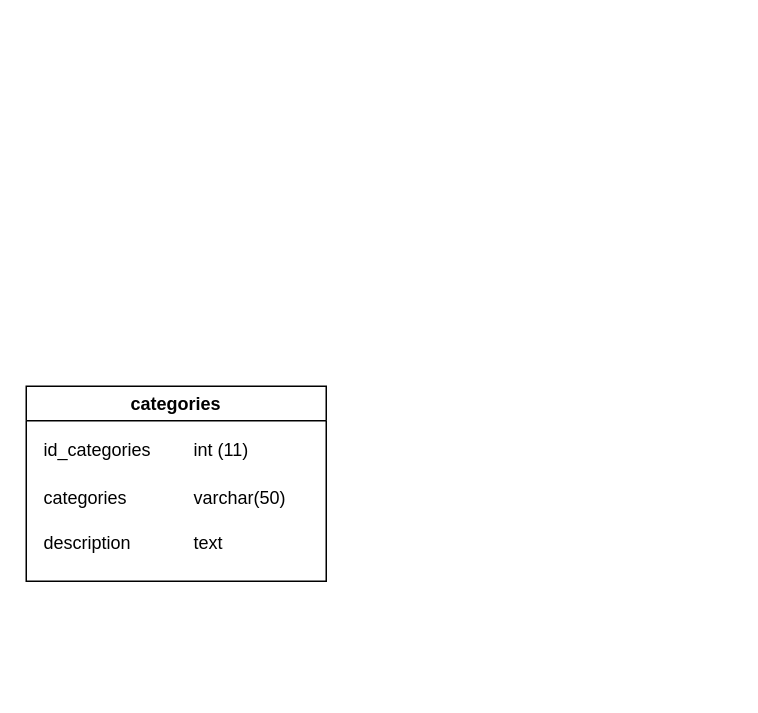
Earlier version of the draw.io diagram portefolio.drawio (bonheurKhmr/portefolio-backend). Source tidied: cells renumbered, new cells numbered last; positions are measured from the earlier drawing's top-left corner, leaving out a move shared by most shapes. Both pictures are drawn from the tidied source at 150%, with x=0, y=0 at pixel (26, 386).
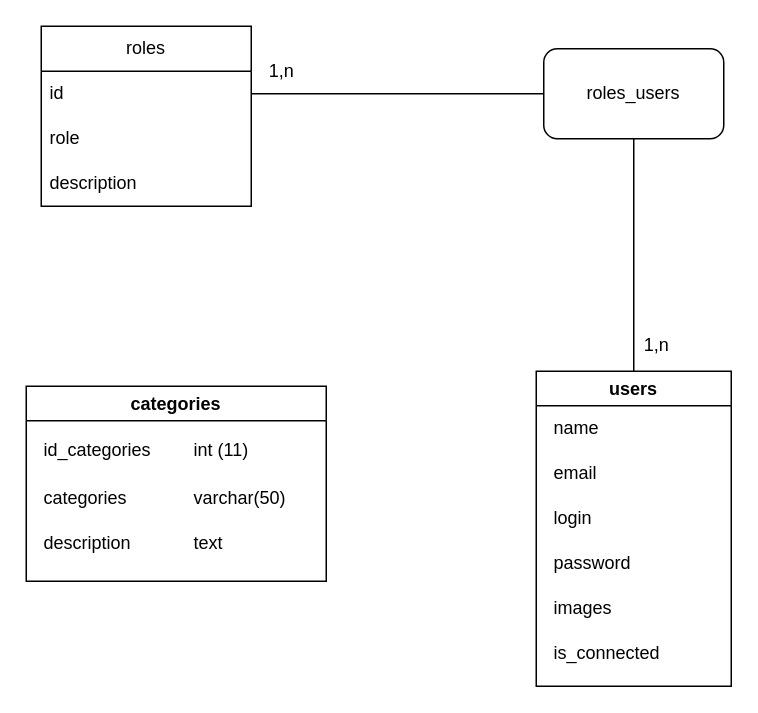
Above is the later version.

Change to the diagram source:
```diff
@@
+    <mxCell id="9" value="users" style="swimlane;whiteSpace=wrap;html=1;" parent="1" vertex="1">
+      <mxGeometry x="340" y="-10" width="130" height="210" as="geometry" />
+    </mxCell>
+    <mxCell id="10" value="name" style="text;html=1;align=left;verticalAlign=middle;strokeColor=none;fillColor=none;" parent="9" vertex="1">
+      <mxGeometry x="10" y="23" width="50" height="30" as="geometry" />
+    </mxCell>
+    <mxCell id="11" value="email" style="text;html=1;align=left;verticalAlign=middle;strokeColor=none;fillColor=none;" parent="9" vertex="1">
+      <mxGeometry x="10" y="53" width="50" height="30" as="geometry" />
+    </mxCell>
+    <mxCell id="12" value="login" style="text;html=1;align=left;verticalAlign=middle;strokeColor=none;fillColor=none;" parent="9" vertex="1">
+      <mxGeometry x="10" y="83" width="50" height="30" as="geometry" />
+    </mxCell>
+    <mxCell id="13" value="password" style="text;html=1;align=left;verticalAlign=middle;strokeColor=none;fillColor=none;" parent="9" vertex="1">
+      <mxGeometry x="10" y="113" width="70" height="30" as="geometry" />
+    </mxCell>
+    <mxCell id="14" value="images" style="text;html=1;align=left;verticalAlign=middle;strokeColor=none;fillColor=none;" parent="9" vertex="1">
+      <mxGeometry x="10" y="143" width="60" height="30" as="geometry" />
+    </mxCell>
+    <mxCell id="15" value="is_connected" style="text;html=1;align=left;verticalAlign=middle;strokeColor=none;fillColor=none;" parent="9" vertex="1">
+      <mxGeometry x="10" y="173" width="90" height="30" as="geometry" />
+    </mxCell>
+    <mxCell id="16" value="roles" style="swimlane;fontStyle=0;horizontal=1;startSize=30;whiteSpace=wrap;html=1;" parent="1" vertex="1">
+      <mxGeometry x="10" y="-240" width="140" height="120" as="geometry" />
+    </mxCell>
+    <mxCell id="17" value="id" style="text;strokeColor=none;fillColor=none;align=left;verticalAlign=middle;spacingLeft=4;spacingRight=4;overflow=hidden;points=[[0,0.5],[1,0.5]];portConstraint=eastwest;whiteSpace=wrap;html=1;" parent="16" vertex="1">
+      <mxGeometry y="30" width="140" height="30" as="geometry" />
+    </mxCell>
+    <mxCell id="18" value="role" style="text;strokeColor=none;fillColor=none;align=left;verticalAlign=middle;spacingLeft=4;spacingRight=4;overflow=hidden;whiteSpace=wrap;html=1;" parent="16" vertex="1">
+      <mxGeometry y="60" width="140" height="30" as="geometry" />
+    </mxCell>
+    <mxCell id="19" value="description" style="text;strokeColor=none;fillColor=none;align=left;verticalAlign=middle;spacingLeft=4;spacingRight=4;overflow=hidden;whiteSpace=wrap;html=1;" parent="16" vertex="1">
+      <mxGeometry y="90" width="140" height="30" as="geometry" />
+    </mxCell>
+    <mxCell id="20" value="roles_users" style="rounded=1;whiteSpace=wrap;html=1;textShadow=0;shadow=0;" parent="1" vertex="1">
+      <mxGeometry x="345" y="-225" width="120" height="60" as="geometry" />
+    </mxCell>
+    <mxCell id="21" style="endArrow=none;html=1;rounded=0;" parent="1" edge="1" source="17" target="20">
+      <mxGeometry relative="1" as="geometry" />
+    </mxCell>
+    <mxCell id="22" style="endArrow=none;html=1;rounded=0;" parent="1" edge="1" source="9" target="20">
+      <mxGeometry relative="1" as="geometry" />
+    </mxCell>
+    <mxCell id="23" value="1,n" style="text;html=1;align=center;verticalAlign=middle;strokeColor=none;fillColor=none;" parent="1" vertex="1">
+      <mxGeometry x="150" y="-225" width="40" height="30" as="geometry" />
+    </mxCell>
+    <mxCell id="24" value="1,n" style="text;html=1;align=center;verticalAlign=middle;strokeColor=none;fillColor=none;" parent="1" vertex="1">
+      <mxGeometry x="400" y="-42" width="40" height="30" as="geometry" />
+    </mxCell>
```
